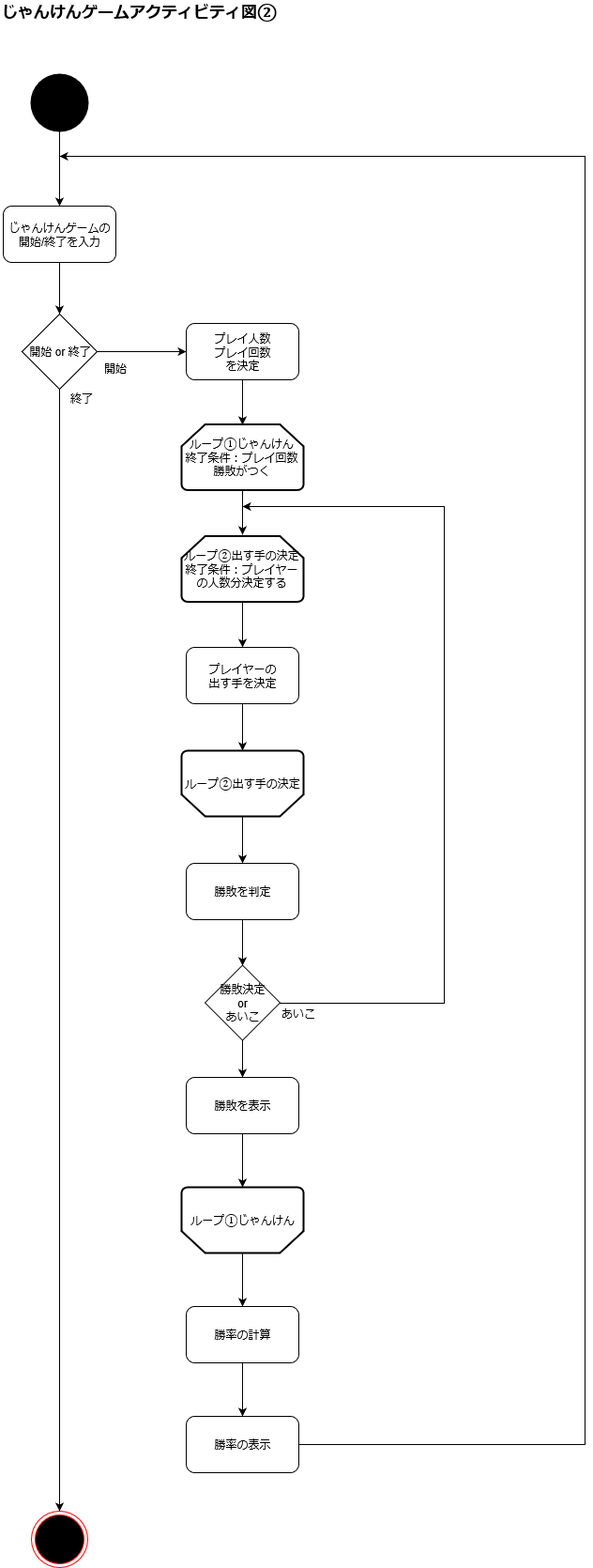
This is じゃんけんゲームアクティビティ図②.png from nozomi-sasaki/janken, a draw.io export, as it was before one commit. Source tidied: cells renumbered, new cells last; positions are measured from the earlier drawing's top-left corner, leaving out a move shared by most shapes. Its diagram source:
```xml
<mxGraphModel>
  <root>
    <mxCell id="0" />
    <mxCell id="1" parent="0" />
    <mxCell id="2" style="edgeStyle=orthogonalEdgeStyle;rounded=0;jettySize=auto;html=1;entryX=0.5;entryY=0;entryDx=0;entryDy=0;" parent="1" edge="1" source="3" target="5">
      <mxGeometry relative="1" as="geometry" />
    </mxCell>
    <mxCell id="3" style="verticalLabelPosition=bottom;verticalAlign=top;html=1;strokeWidth=2;shape=mxgraph.flowchart.on-page_reference;fillColor=#000000;" parent="1" vertex="1">
      <mxGeometry x="33" y="79" width="60" height="60" as="geometry" />
    </mxCell>
    <mxCell id="4" style="edgeStyle=orthogonalEdgeStyle;rounded=0;jettySize=auto;html=1;entryX=0.5;entryY=0;entryDx=0;entryDy=0;" parent="1" edge="1" source="5" target="8">
      <mxGeometry relative="1" as="geometry" />
    </mxCell>
    <mxCell id="5" value="&lt;div&gt;じゃんけんゲームの&lt;/div&gt;&lt;div&gt;開始/終了を入力&lt;br&gt;&lt;/div&gt;" style="rounded=1;whiteSpace=wrap;html=1;fillColor=#FFFFFF;" parent="1" vertex="1">
      <mxGeometry x="3" y="219" width="120" height="60" as="geometry" />
    </mxCell>
    <mxCell id="6" style="edgeStyle=orthogonalEdgeStyle;rounded=0;jettySize=auto;html=1;entryX=0.5;entryY=0;entryDx=0;entryDy=0;" parent="1" edge="1" source="8" target="9">
      <mxGeometry relative="1" as="geometry" />
    </mxCell>
    <mxCell id="7" style="edgeStyle=orthogonalEdgeStyle;rounded=0;jettySize=auto;html=1;entryX=0;entryY=0.5;entryDx=0;entryDy=0;" parent="1" edge="1" source="8" target="22">
      <mxGeometry relative="1" as="geometry" />
    </mxCell>
    <mxCell id="8" value="開始 or 終了" style="rhombus;whiteSpace=wrap;html=1;fillColor=#FFFFFF;" parent="1" vertex="1">
      <mxGeometry x="23" y="334" width="80" height="80" as="geometry" />
    </mxCell>
    <mxCell id="9" style="ellipse;html=1;shape=endState;fillColor=#000000;strokeColor=#ff0000;" parent="1" vertex="1">
      <mxGeometry x="33" y="1609" width="60" height="60" as="geometry" />
    </mxCell>
    <mxCell id="10" style="edgeStyle=orthogonalEdgeStyle;rounded=0;jettySize=auto;html=1;entryX=0.5;entryY=1;entryDx=0;entryDy=0;entryPerimeter=0;" parent="1" edge="1" source="11" target="24">
      <mxGeometry relative="1" as="geometry" />
    </mxCell>
    <mxCell id="11" value="&lt;div&gt;プレイヤーの&lt;/div&gt;&lt;div&gt;出す手を決定&lt;br&gt;&lt;/div&gt;" style="rounded=1;whiteSpace=wrap;html=1;fillColor=#FFFFFF;" parent="1" vertex="1">
      <mxGeometry x="198" y="689" width="120" height="60" as="geometry" />
    </mxCell>
    <mxCell id="12" style="edgeStyle=orthogonalEdgeStyle;rounded=0;jettySize=auto;html=1;entryX=0.5;entryY=0;entryDx=0;entryDy=0;" parent="1" edge="1" source="13" target="16">
      <mxGeometry relative="1" as="geometry" />
    </mxCell>
    <mxCell id="13" value="&lt;div&gt;勝敗を判定&lt;br&gt;&lt;/div&gt;" style="rounded=1;whiteSpace=wrap;html=1;fillColor=#FFFFFF;" parent="1" vertex="1">
      <mxGeometry x="198" y="919" width="120" height="60" as="geometry" />
    </mxCell>
    <mxCell id="14" style="edgeStyle=orthogonalEdgeStyle;rounded=0;jettySize=auto;html=1;" parent="1" edge="1" source="16">
      <mxGeometry relative="1" as="geometry">
        <mxPoint x="258" y="539" as="targetPoint" />
        <Array as="points">
          <mxPoint x="473" y="1068" />
          <mxPoint x="473" y="539" />
        </Array>
      </mxGeometry>
    </mxCell>
    <mxCell id="15" style="edgeStyle=orthogonalEdgeStyle;rounded=0;jettySize=auto;html=1;entryX=0.5;entryY=0;entryDx=0;entryDy=0;" parent="1" edge="1" source="16" target="29">
      <mxGeometry relative="1" as="geometry" />
    </mxCell>
    <mxCell id="16" value="&lt;div&gt;勝敗決定&lt;/div&gt;&lt;div&gt; or &lt;/div&gt;&lt;div&gt;あいこ&lt;/div&gt;" style="rhombus;whiteSpace=wrap;html=1;fillColor=#FFFFFF;" parent="1" vertex="1">
      <mxGeometry x="218" y="1027.5" width="80" height="80" as="geometry" />
    </mxCell>
    <mxCell id="17" style="edgeStyle=orthogonalEdgeStyle;rounded=0;jettySize=auto;html=1;" parent="1" edge="1" source="18">
      <mxGeometry relative="1" as="geometry">
        <mxPoint x="258" y="569" as="targetPoint" />
      </mxGeometry>
    </mxCell>
    <mxCell id="18" value="&lt;div&gt;ループ①じゃんけん&lt;/div&gt;&lt;div&gt;終了条件：プレイ回数勝敗がつく&lt;br&gt;&lt;/div&gt;" style="strokeWidth=2;html=1;shape=mxgraph.flowchart.loop_limit;whiteSpace=wrap;fillColor=#FFFFFF;" parent="1" vertex="1">
      <mxGeometry x="193" y="451.5" width="130" height="70" as="geometry" />
    </mxCell>
    <mxCell id="19" style="edgeStyle=orthogonalEdgeStyle;rounded=0;jettySize=auto;html=1;entryX=0.5;entryY=0;entryDx=0;entryDy=0;" parent="1" edge="1" source="20" target="11">
      <mxGeometry relative="1" as="geometry" />
    </mxCell>
    <mxCell id="20" value="&lt;div&gt;ループ②出す手の決定&lt;/div&gt;&lt;div&gt;終了条件：プレイヤーの人数分決定する&lt;br&gt;&lt;/div&gt;" style="strokeWidth=2;html=1;shape=mxgraph.flowchart.loop_limit;whiteSpace=wrap;fillColor=#FFFFFF;" parent="1" vertex="1">
      <mxGeometry x="193" y="570.5" width="130" height="70" as="geometry" />
    </mxCell>
    <mxCell id="21" style="edgeStyle=orthogonalEdgeStyle;rounded=0;jettySize=auto;html=1;entryX=0.5;entryY=0;entryDx=0;entryDy=0;entryPerimeter=0;" parent="1" edge="1" source="22" target="18">
      <mxGeometry relative="1" as="geometry" />
    </mxCell>
    <mxCell id="22" value="&lt;div&gt;プレイ人数&lt;/div&gt;&lt;div&gt;プレイ回数&lt;/div&gt;&lt;div&gt;を決定&lt;br&gt;&lt;/div&gt;" style="rounded=1;whiteSpace=wrap;html=1;fillColor=#FFFFFF;" parent="1" vertex="1">
      <mxGeometry x="198" y="344" width="120" height="60" as="geometry" />
    </mxCell>
    <mxCell id="23" style="edgeStyle=orthogonalEdgeStyle;rounded=0;jettySize=auto;html=1;entryX=0.5;entryY=0;entryDx=0;entryDy=0;" parent="1" edge="1" source="24" target="13">
      <mxGeometry relative="1" as="geometry" />
    </mxCell>
    <mxCell id="24" value="&lt;div&gt;ループ②出す手の決定&lt;br&gt;&lt;/div&gt;" style="strokeWidth=2;html=1;shape=mxgraph.flowchart.loop_limit;whiteSpace=wrap;fillColor=#FFFFFF;direction=west;" parent="1" vertex="1">
      <mxGeometry x="193" y="799" width="130" height="70" as="geometry" />
    </mxCell>
    <mxCell id="25" value="終了" style="text;html=1;align=left;verticalAlign=top;spacingTop=-4;" parent="1" vertex="1">
      <mxGeometry x="73" y="415" width="40" height="20" as="geometry" />
    </mxCell>
    <mxCell id="26" value="開始" style="text;html=1;align=left;verticalAlign=top;spacingTop=-4;" parent="1" vertex="1">
      <mxGeometry x="109" y="383" width="40" height="20" as="geometry" />
    </mxCell>
    <mxCell id="27" value="あいこ" style="text;html=1;align=left;verticalAlign=top;spacingTop=-4;" parent="1" vertex="1">
      <mxGeometry x="298" y="1070" width="50" height="20" as="geometry" />
    </mxCell>
    <mxCell id="28" style="edgeStyle=orthogonalEdgeStyle;rounded=0;jettySize=auto;html=1;entryX=0.5;entryY=1;entryDx=0;entryDy=0;entryPerimeter=0;" parent="1" edge="1" source="29" target="31">
      <mxGeometry relative="1" as="geometry" />
    </mxCell>
    <mxCell id="29" value="&lt;div&gt;勝敗を表示&lt;br&gt;&lt;/div&gt;" style="rounded=1;whiteSpace=wrap;html=1;fillColor=#FFFFFF;" parent="1" vertex="1">
      <mxGeometry x="198" y="1147" width="120" height="60" as="geometry" />
    </mxCell>
    <mxCell id="30" style="edgeStyle=orthogonalEdgeStyle;rounded=0;jettySize=auto;html=1;entryX=0.5;entryY=0;entryDx=0;entryDy=0;" parent="1" edge="1" source="31" target="33">
      <mxGeometry relative="1" as="geometry" />
    </mxCell>
    <mxCell id="31" value="&lt;span style=&quot;display: inline ; float: none ; background-color: transparent ; color: rgb(0 , 0 , 0) ; font-family: &amp;#34;helvetica&amp;#34; ; font-size: 12px ; font-style: normal ; font-variant: normal ; font-weight: 400 ; letter-spacing: normal ; text-align: center ; text-decoration: none ; text-indent: 0px ; text-transform: none ; white-space: normal ; word-spacing: 0px ; word-wrap: normal&quot;&gt;ループ①じゃんけん&lt;/span&gt;" style="strokeWidth=2;html=1;shape=mxgraph.flowchart.loop_limit;whiteSpace=wrap;fillColor=#FFFFFF;direction=west;" parent="1" vertex="1">
      <mxGeometry x="193" y="1264" width="130" height="70" as="geometry" />
    </mxCell>
    <mxCell id="32" style="edgeStyle=orthogonalEdgeStyle;rounded=0;jettySize=auto;html=1;entryX=0.5;entryY=0;entryDx=0;entryDy=0;" parent="1" edge="1" source="33" target="35">
      <mxGeometry relative="1" as="geometry" />
    </mxCell>
    <mxCell id="33" value="&lt;div&gt;勝率の計算&lt;br&gt;&lt;/div&gt;" style="rounded=1;whiteSpace=wrap;html=1;fillColor=#FFFFFF;" parent="1" vertex="1">
      <mxGeometry x="198" y="1391" width="120" height="60" as="geometry" />
    </mxCell>
    <mxCell id="34" style="edgeStyle=orthogonalEdgeStyle;rounded=0;jettySize=auto;html=1;" parent="1" edge="1" source="35">
      <mxGeometry relative="1" as="geometry">
        <mxPoint x="63" y="166" as="targetPoint" />
        <Array as="points">
          <mxPoint x="623" y="1538" />
          <mxPoint x="623" y="166" />
        </Array>
      </mxGeometry>
    </mxCell>
    <mxCell id="35" value="&lt;div&gt;勝率の表示&lt;br&gt;&lt;/div&gt;" style="rounded=1;whiteSpace=wrap;html=1;fillColor=#FFFFFF;" parent="1" vertex="1">
      <mxGeometry x="198" y="1508" width="120" height="60" as="geometry" />
    </mxCell>
    <mxCell id="36" value="&lt;font style=&quot;font-size: 17px&quot;&gt;&lt;b&gt;じゃんけんゲームアクティビティ図②&lt;/b&gt;&lt;/font&gt;" style="text;html=1;align=left;verticalAlign=top;spacingTop=-4;strokeColor=none;" parent="1" vertex="1">
      <mxGeometry width="310" height="20" as="geometry" />
    </mxCell>
  </root>
</mxGraphModel>
```
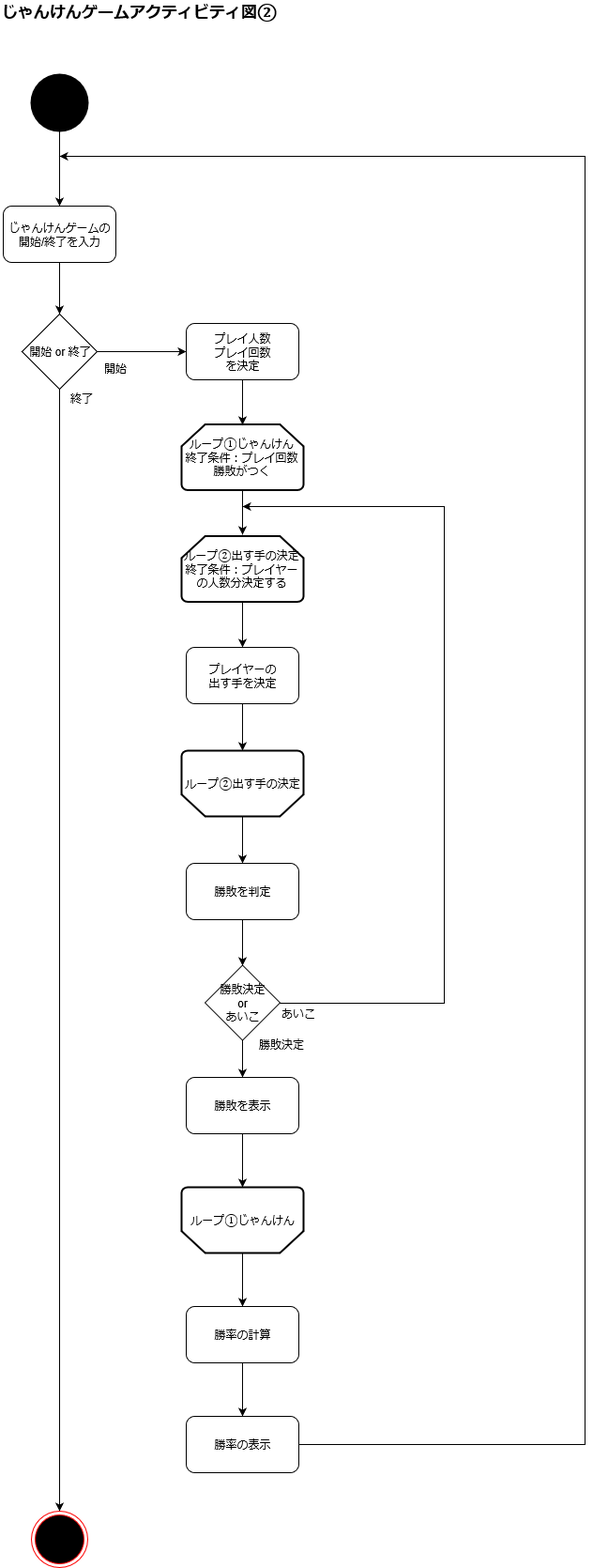
Later version of the same file.

Commit message:
Added じゃんけんゲームアクティビティ図②.png

Diff of the diagram source:
```diff
@@ -121,5 +121,8 @@
     <mxCell id="36" value="&lt;font style=&quot;font-size: 17px&quot;&gt;&lt;b&gt;じゃんけんゲームアクティビティ図②&lt;/b&gt;&lt;/font&gt;" style="text;html=1;align=left;verticalAlign=top;spacingTop=-4;strokeColor=none;" parent="1" vertex="1">
       <mxGeometry width="310" height="20" as="geometry" />
     </mxCell>
+    <mxCell id="37" value="勝敗決定" style="text;html=1;align=left;verticalAlign=top;spacingTop=-4;" parent="1" vertex="1">
+      <mxGeometry x="274" y="1103" width="60" height="20" as="geometry" />
+    </mxCell>
   </root>
 </mxGraphModel>
```
